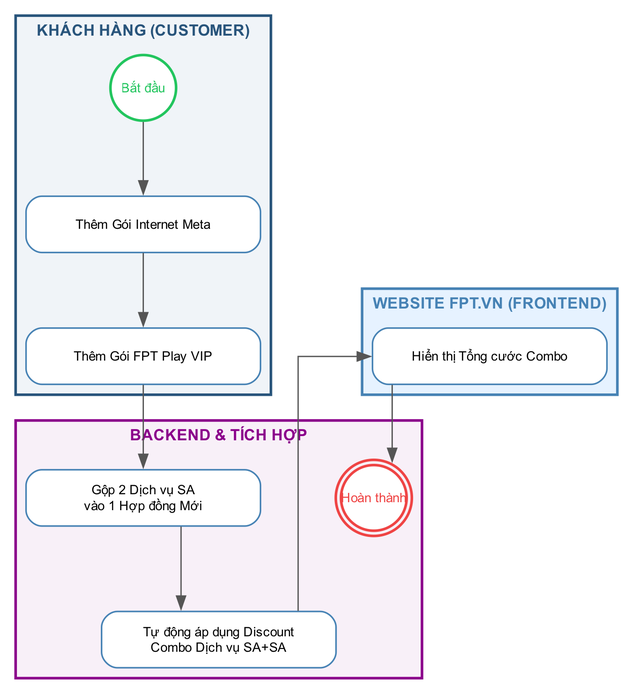
Above: diagrams/bpmn_fr07_sasa.png in hathuy2706-BA/FPT (Graphviz), before the change. Its source is kept beside it as diagrams/bpmn_fr07_sasa.dot.
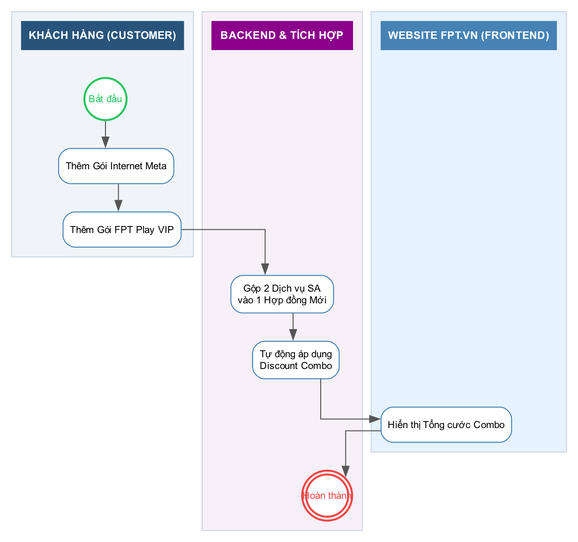
Later version of the same file.

Diff of the diagram source:
```diff
@@ -2,39 +2,38 @@
 
     rankdir=TB;
     splines=ortho;
-    nodesep=0.8;
-    ranksep=0.8;
-    node [fontname="Arial", fontsize=10, shape=box, style="rounded,filled", fillcolor="white", color="#4682B4", penwidth=1.2, width=2.5, height=0.6];
+    nodesep=0.4;
+    ranksep=0.4;
+    newrank=true;
+    compound=true;
+    fontname="Arial";
+
+    node [fontname="Arial", fontsize=10, shape=box, style="rounded,filled", fillcolor="white", color="#4682B4", penwidth=1.0, margin=0.1];
     edge [fontname="Arial", fontsize=9, color="#555555", penwidth=1.0];
 
-
     subgraph cluster_customer {
-        label="KHÁCH HÀNG (CUSTOMER)";
-        style=filled; color="#28547B"; fillcolor="#F0F4F8"; penwidth=2;
-        fontcolor="#28547B"; fontsize=12; fontname="Arial bold"; labelloc="t"; labeljust="c";
-
-        start [label="Bắt đầu", shape=circle, style="filled", fillcolor="white", color="#22C55E", fontcolor="#22C55E", penwidth=2, width=0.7, fixedsize=true];
+        style=filled; color="#CBD5E1"; fillcolor="#F0F4F8"; penwidth=1; label=""; margin=10;
+        h_cust [label="KHÁCH HÀNG (CUSTOMER)", shape=box, style="filled", fillcolor="#28547B", color="#28547B", fontcolor="white", fontsize=11, fontname="Arial bold", width=2.0, height=0.4, fixedsize=false];
+        start [label="Bắt đầu", shape=circle, style="filled", fillcolor="white", color="#22C55E", fontcolor="#22C55E", penwidth=2, width=0.6, fixedsize=true];
         add_internet [label="Thêm Gói Internet Meta"];
         add_play [label="Thêm Gói FPT Play VIP"];
+        h_cust -> start [style=invis];
     }
-
     subgraph cluster_fe {
-        label="WEBSITE FPT.VN (FRONTEND)";
-        style=filled; color="#4682B4"; fillcolor="#E6F2FF"; penwidth=2;
-        fontcolor="#4682B4"; fontsize=12; fontname="Arial bold"; labelloc="t"; labeljust="c";
-
+        style=filled; color="#CBD5E1"; fillcolor="#E6F2FF"; penwidth=1; label=""; margin=10;
+        h_fe [label="WEBSITE FPT.VN (FRONTEND)", shape=box, style="filled", fillcolor="#4682B4", color="#4682B4", fontcolor="white", fontsize=11, fontname="Arial bold", width=2.0, height=0.4, fixedsize=false];
         render_sa_cart [label="Hiển thị Tổng cước Combo"];
+        h_fe -> render_sa_cart [style=invis];
     }
-
     subgraph cluster_be {
-        label="BACKEND & TÍCH HỢP";
-        style=filled; color="#8B008B"; fillcolor="#F8F0F8"; penwidth=2;
-        fontcolor="#8B008B"; fontsize=12; fontname="Arial bold"; labelloc="t"; labeljust="c";
-
+        style=filled; color="#CBD5E1"; fillcolor="#F8F0F8"; penwidth=1; label=""; margin=10;
+        h_be [label="BACKEND & TÍCH HỢP", shape=box, style="filled", fillcolor="#8B008B", color="#8B008B", fontcolor="white", fontsize=11, fontname="Arial bold", width=2.0, height=0.4, fixedsize=false];
         merge_sa [label="Gộp 2 Dịch vụ SA\nvào 1 Hợp đồng Mới"];
-        apply_combo_sa [label="Tự động áp dụng Discount\nCombo Dịch vụ SA+SA"];
-        end [label="Hoàn thành", shape=doublecircle, style="filled", fillcolor="white", color="#EF4444", fontcolor="#EF4444", penwidth=2, width=0.7, fixedsize=true];
+        apply_combo_sa [label="Tự động áp dụng\nDiscount Combo"];
+        end [label="Hoàn thành", shape=doublecircle, style="filled", fillcolor="white", color="#EF4444", fontcolor="#EF4444", penwidth=2, width=0.6, fixedsize=true];
+        h_be -> merge_sa [style=invis];
     }
+    { rank=same; h_cust; h_fe; h_be; }
 
     start -> add_internet -> add_play -> merge_sa -> apply_combo_sa -> render_sa_cart -> end;
 }
```
